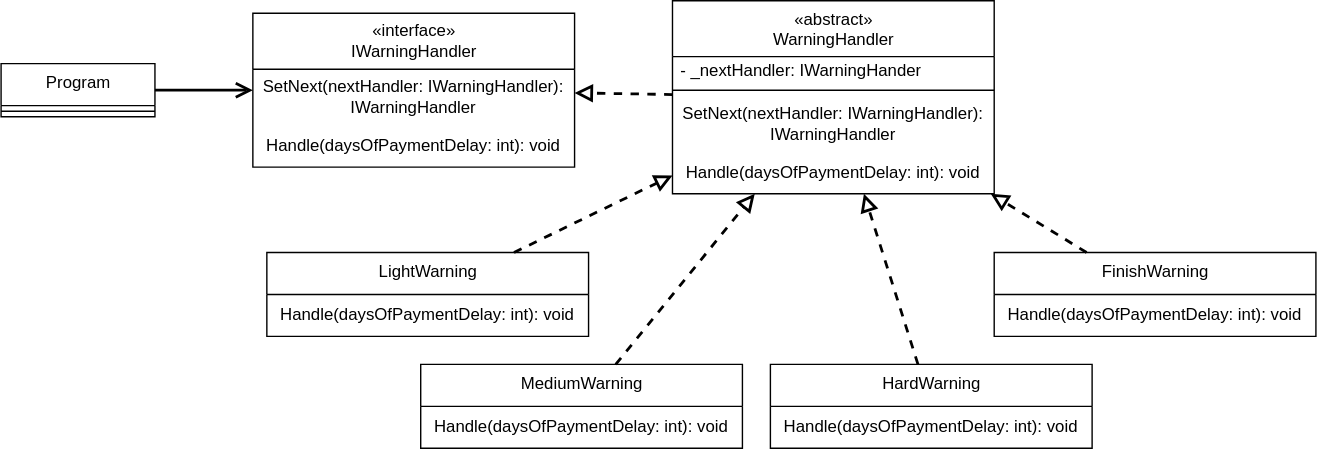
Earlier version of the draw.io export DesignPatterns/Behavioral/ChainOfResponsibility/Uml/chainOfResponsibility.svg (krystianpetek/DesignPatterns). Source tidied: cells renumbered, new cells last; positions are measured from the earlier drawing's top-left corner, leaving out a move shared by most shapes.
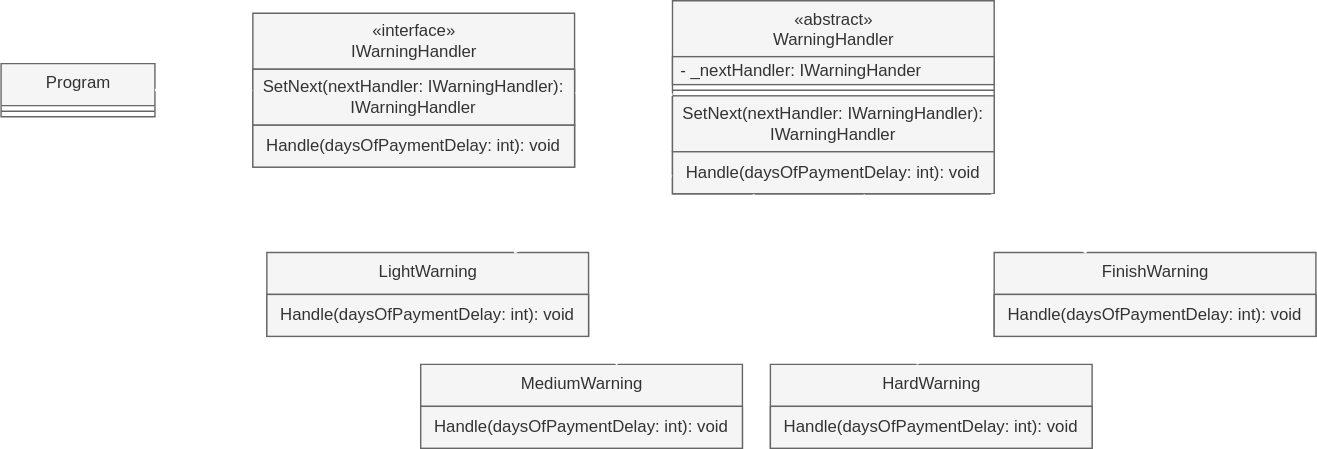
Later version of the same file.

Commit message:
Added another Chain of responsibility pattern with notifications example

The edit, as a diff of the source:
```diff
@@ -2,76 +2,76 @@
   <root>
     <mxCell id="0" />
     <mxCell id="1" parent="0" />
-    <mxCell id="2" value="&lt;span style=&quot;font-weight: 400;&quot;&gt;«interface»&lt;br&gt;IWarningHandler&lt;br&gt;&lt;/span&gt;" style="swimlane;fontStyle=1;align=center;verticalAlign=middle;horizontal=1;startSize=40;html=1;" parent="1" vertex="1">
+    <mxCell id="2" value="&lt;span style=&quot;font-weight: 400;&quot;&gt;«interface»&lt;br&gt;IWarningHandler&lt;br&gt;&lt;/span&gt;" style="swimlane;fontStyle=1;align=center;verticalAlign=middle;horizontal=1;startSize=40;html=1;fillColor=#f5f5f5;fontColor=#333333;strokeColor=#666666;" parent="1" vertex="1">
       <mxGeometry x="180" y="9" width="230" height="110" as="geometry" />
     </mxCell>
-    <mxCell id="3" value="SetNext(nextHandler: IWarningHandler):&lt;br&gt;IWarningHandler" style="text;html=1;strokeColor=none;fillColor=none;align=center;verticalAlign=middle;spacingLeft=4;spacingRight=4;overflow=hidden;" parent="2" vertex="1">
+    <mxCell id="3" value="SetNext(nextHandler: IWarningHandler):&lt;br&gt;IWarningHandler" style="text;html=1;strokeColor=#666666;fillColor=#f5f5f5;align=center;verticalAlign=middle;spacingLeft=4;spacingRight=4;overflow=hidden;fontColor=#333333;" parent="2" vertex="1">
       <mxGeometry y="40" width="230" height="40" as="geometry" />
     </mxCell>
-    <mxCell id="4" value="Handle(daysOfPaymentDelay: int): void" style="text;html=1;strokeColor=none;fillColor=none;align=center;verticalAlign=middle;spacingLeft=4;spacingRight=4;overflow=hidden;" parent="2" vertex="1">
+    <mxCell id="4" value="Handle(daysOfPaymentDelay: int): void" style="text;html=1;strokeColor=#666666;fillColor=#f5f5f5;align=center;verticalAlign=middle;spacingLeft=4;spacingRight=4;overflow=hidden;fontColor=#333333;" parent="2" vertex="1">
       <mxGeometry y="80" width="230" height="30" as="geometry" />
     </mxCell>
-    <mxCell id="5" value="Program" style="swimlane;fontStyle=0;align=center;verticalAlign=top;horizontal=1;startSize=30;html=1;" parent="1" vertex="1">
+    <mxCell id="5" value="Program" style="swimlane;fontStyle=0;align=center;verticalAlign=top;horizontal=1;startSize=30;html=1;fillColor=#f5f5f5;fontColor=#333333;strokeColor=#666666;" parent="1" vertex="1">
       <mxGeometry y="45" width="110" height="38" as="geometry" />
     </mxCell>
-    <mxCell id="6" style="line;strokeWidth=1;fillColor=none;align=left;verticalAlign=middle;spacingTop=-1;spacingLeft=3;spacingRight=3;labelPosition=right;" parent="5" vertex="1">
+    <mxCell id="6" style="line;strokeWidth=1;fillColor=#f5f5f5;align=left;verticalAlign=middle;spacingTop=-1;spacingLeft=3;spacingRight=3;labelPosition=right;fontColor=#333333;strokeColor=#666666;" parent="5" vertex="1">
       <mxGeometry y="30" width="110" height="8" as="geometry" />
     </mxCell>
-    <mxCell id="7" style="endArrow=open;startArrow=none;endFill=0;startFill=0;endSize=8;html=1;verticalAlign=bottom;labelBackgroundColor=none;strokeWidth=2;sketch=0;" parent="1" edge="1" source="5" target="2">
+    <mxCell id="7" style="endArrow=open;startArrow=none;endFill=0;startFill=0;endSize=8;html=1;verticalAlign=bottom;labelBackgroundColor=none;strokeWidth=2;sketch=0;fillColor=#f5f5f5;strokeColor=#FFFFFF;" parent="1" edge="1" source="5" target="2">
       <mxGeometry relative="1" as="geometry" />
     </mxCell>
-    <mxCell id="8" value="«abstract»&lt;br&gt;WarningHandler" style="swimlane;fontStyle=0;align=center;verticalAlign=top;horizontal=1;startSize=40;html=1;" parent="1" vertex="1">
+    <mxCell id="8" value="«abstract»&lt;br&gt;WarningHandler" style="swimlane;fontStyle=0;align=center;verticalAlign=top;horizontal=1;startSize=40;html=1;fillColor=#f5f5f5;fontColor=#333333;strokeColor=#666666;" parent="1" vertex="1">
       <mxGeometry x="480" width="230" height="138" as="geometry" />
     </mxCell>
-    <mxCell id="9" value="- _nextHandler: IWarningHander" style="text;html=1;strokeColor=none;fillColor=none;align=left;verticalAlign=middle;spacingLeft=4;spacingRight=4;overflow=hidden;" parent="8" vertex="1">
+    <mxCell id="9" value="- _nextHandler: IWarningHander" style="text;html=1;strokeColor=#666666;fillColor=#f5f5f5;align=left;verticalAlign=middle;spacingLeft=4;spacingRight=4;overflow=hidden;fontColor=#333333;" parent="8" vertex="1">
       <mxGeometry y="40" width="230" height="20" as="geometry" />
     </mxCell>
-    <mxCell id="10" style="line;strokeWidth=1;fillColor=none;align=left;verticalAlign=middle;spacingTop=-1;spacingLeft=3;spacingRight=3;labelPosition=right;" parent="8" vertex="1">
+    <mxCell id="10" style="line;strokeWidth=1;fillColor=#f5f5f5;align=left;verticalAlign=middle;spacingTop=-1;spacingLeft=3;spacingRight=3;labelPosition=right;fontColor=#333333;strokeColor=#666666;" parent="8" vertex="1">
       <mxGeometry y="60" width="230" height="8" as="geometry" />
     </mxCell>
-    <mxCell id="11" value="SetNext(nextHandler: IWarningHandler):&lt;br&gt;IWarningHandler" style="text;html=1;strokeColor=none;fillColor=none;align=center;verticalAlign=middle;spacingLeft=4;spacingRight=4;overflow=hidden;" parent="8" vertex="1">
+    <mxCell id="11" value="SetNext(nextHandler: IWarningHandler):&lt;br&gt;IWarningHandler" style="text;html=1;strokeColor=#666666;fillColor=#f5f5f5;align=center;verticalAlign=middle;spacingLeft=4;spacingRight=4;overflow=hidden;fontColor=#333333;" parent="8" vertex="1">
       <mxGeometry y="68" width="230" height="40" as="geometry" />
     </mxCell>
-    <mxCell id="12" value="Handle(daysOfPaymentDelay: int): void" style="text;html=1;strokeColor=none;fillColor=none;align=center;verticalAlign=middle;spacingLeft=4;spacingRight=4;overflow=hidden;" parent="8" vertex="1">
+    <mxCell id="12" value="Handle(daysOfPaymentDelay: int): void" style="text;html=1;strokeColor=#666666;fillColor=#f5f5f5;align=center;verticalAlign=middle;spacingLeft=4;spacingRight=4;overflow=hidden;fontColor=#333333;" parent="8" vertex="1">
       <mxGeometry y="108" width="230" height="30" as="geometry" />
     </mxCell>
-    <mxCell id="13" style="endArrow=block;startArrow=none;endFill=0;startFill=0;endSize=8;html=1;verticalAlign=bottom;dashed=1;labelBackgroundColor=none;sketch=0;strokeWidth=2;" parent="1" edge="1" source="8" target="2">
+    <mxCell id="13" style="endArrow=block;startArrow=none;endFill=0;startFill=0;endSize=8;html=1;verticalAlign=bottom;dashed=1;labelBackgroundColor=none;sketch=0;strokeWidth=2;fillColor=#f5f5f5;strokeColor=#FFFFFF;" parent="1" edge="1" source="8" target="2">
       <mxGeometry relative="1" as="geometry" />
     </mxCell>
-    <mxCell id="14" value="LightWarning" style="swimlane;fontStyle=0;align=center;verticalAlign=top;horizontal=1;startSize=30;html=1;" parent="1" vertex="1">
+    <mxCell id="14" value="LightWarning" style="swimlane;fontStyle=0;align=center;verticalAlign=top;horizontal=1;startSize=30;html=1;fillColor=#f5f5f5;fontColor=#333333;strokeColor=#666666;" parent="1" vertex="1">
       <mxGeometry x="190" y="180" width="230" height="60" as="geometry" />
     </mxCell>
-    <mxCell id="15" value="Handle(daysOfPaymentDelay: int): void" style="text;html=1;strokeColor=none;fillColor=none;align=center;verticalAlign=middle;spacingLeft=4;spacingRight=4;overflow=hidden;" parent="14" vertex="1">
+    <mxCell id="15" value="Handle(daysOfPaymentDelay: int): void" style="text;html=1;strokeColor=#666666;fillColor=#f5f5f5;align=center;verticalAlign=middle;spacingLeft=4;spacingRight=4;overflow=hidden;fontColor=#333333;" parent="14" vertex="1">
       <mxGeometry y="30" width="230" height="30" as="geometry" />
     </mxCell>
-    <mxCell id="16" style="endArrow=block;startArrow=none;endFill=0;startFill=0;endSize=8;html=1;verticalAlign=bottom;dashed=1;labelBackgroundColor=none;sketch=0;strokeWidth=2;" parent="1" edge="1" source="14" target="8">
+    <mxCell id="16" style="endArrow=block;startArrow=none;endFill=0;startFill=0;endSize=8;html=1;verticalAlign=bottom;dashed=1;labelBackgroundColor=none;sketch=0;strokeWidth=2;fillColor=#f5f5f5;strokeColor=#FFFFFF;" parent="1" edge="1" source="14" target="8">
       <mxGeometry relative="1" as="geometry" />
     </mxCell>
-    <mxCell id="17" value="MediumWarning" style="swimlane;fontStyle=0;align=center;verticalAlign=top;horizontal=1;startSize=30;html=1;" parent="1" vertex="1">
+    <mxCell id="17" value="MediumWarning" style="swimlane;fontStyle=0;align=center;verticalAlign=top;horizontal=1;startSize=30;html=1;fillColor=#f5f5f5;fontColor=#333333;strokeColor=#666666;" parent="1" vertex="1">
       <mxGeometry x="300" y="260" width="230" height="60" as="geometry" />
     </mxCell>
-    <mxCell id="18" value="Handle(daysOfPaymentDelay: int): void" style="text;html=1;strokeColor=none;fillColor=none;align=center;verticalAlign=middle;spacingLeft=4;spacingRight=4;overflow=hidden;" parent="17" vertex="1">
+    <mxCell id="18" value="Handle(daysOfPaymentDelay: int): void" style="text;html=1;strokeColor=#666666;fillColor=#f5f5f5;align=center;verticalAlign=middle;spacingLeft=4;spacingRight=4;overflow=hidden;fontColor=#333333;" parent="17" vertex="1">
       <mxGeometry y="30" width="230" height="30" as="geometry" />
     </mxCell>
-    <mxCell id="19" style="endArrow=block;startArrow=none;endFill=0;startFill=0;endSize=8;html=1;verticalAlign=bottom;dashed=1;labelBackgroundColor=none;sketch=0;strokeWidth=2;" parent="1" edge="1" source="17" target="8">
+    <mxCell id="19" style="endArrow=block;startArrow=none;endFill=0;startFill=0;endSize=8;html=1;verticalAlign=bottom;dashed=1;labelBackgroundColor=none;sketch=0;strokeWidth=2;fillColor=#f5f5f5;strokeColor=#FFFFFF;" parent="1" edge="1" source="17" target="8">
       <mxGeometry relative="1" as="geometry" />
     </mxCell>
-    <mxCell id="20" value="FinishWarning" style="swimlane;fontStyle=0;align=center;verticalAlign=top;horizontal=1;startSize=30;html=1;" parent="1" vertex="1">
+    <mxCell id="20" value="FinishWarning" style="swimlane;fontStyle=0;align=center;verticalAlign=top;horizontal=1;startSize=30;html=1;fillColor=#f5f5f5;fontColor=#333333;strokeColor=#666666;" parent="1" vertex="1">
       <mxGeometry x="710" y="180" width="230" height="60" as="geometry" />
     </mxCell>
-    <mxCell id="21" value="Handle(daysOfPaymentDelay: int): void" style="text;html=1;strokeColor=none;fillColor=none;align=center;verticalAlign=middle;spacingLeft=4;spacingRight=4;overflow=hidden;" parent="20" vertex="1">
+    <mxCell id="21" value="Handle(daysOfPaymentDelay: int): void" style="text;html=1;strokeColor=#666666;fillColor=#f5f5f5;align=center;verticalAlign=middle;spacingLeft=4;spacingRight=4;overflow=hidden;fontColor=#333333;" parent="20" vertex="1">
       <mxGeometry y="30" width="230" height="30" as="geometry" />
     </mxCell>
-    <mxCell id="22" value="HardWarning" style="swimlane;fontStyle=0;align=center;verticalAlign=top;horizontal=1;startSize=30;html=1;" parent="1" vertex="1">
+    <mxCell id="22" value="HardWarning" style="swimlane;fontStyle=0;align=center;verticalAlign=top;horizontal=1;startSize=30;html=1;fillColor=#f5f5f5;fontColor=#333333;strokeColor=#666666;" parent="1" vertex="1">
       <mxGeometry x="550" y="260" width="230" height="60" as="geometry" />
     </mxCell>
-    <mxCell id="23" value="Handle(daysOfPaymentDelay: int): void" style="text;html=1;strokeColor=none;fillColor=none;align=center;verticalAlign=middle;spacingLeft=4;spacingRight=4;overflow=hidden;" parent="22" vertex="1">
+    <mxCell id="23" value="Handle(daysOfPaymentDelay: int): void" style="text;html=1;strokeColor=#666666;fillColor=#f5f5f5;align=center;verticalAlign=middle;spacingLeft=4;spacingRight=4;overflow=hidden;fontColor=#333333;" parent="22" vertex="1">
       <mxGeometry y="30" width="230" height="30" as="geometry" />
     </mxCell>
-    <mxCell id="24" style="endArrow=block;startArrow=none;endFill=0;startFill=0;endSize=8;html=1;verticalAlign=bottom;dashed=1;labelBackgroundColor=none;sketch=0;strokeWidth=2;" parent="1" edge="1" source="22" target="8">
+    <mxCell id="24" style="endArrow=block;startArrow=none;endFill=0;startFill=0;endSize=8;html=1;verticalAlign=bottom;dashed=1;labelBackgroundColor=none;sketch=0;strokeWidth=2;fillColor=#f5f5f5;strokeColor=#FFFFFF;" parent="1" edge="1" source="22" target="8">
       <mxGeometry relative="1" as="geometry" />
     </mxCell>
-    <mxCell id="25" style="endArrow=block;startArrow=none;endFill=0;startFill=0;endSize=8;html=1;verticalAlign=bottom;dashed=1;labelBackgroundColor=none;sketch=0;strokeWidth=2;" parent="1" edge="1" source="20" target="8">
+    <mxCell id="25" style="endArrow=block;startArrow=none;endFill=0;startFill=0;endSize=8;html=1;verticalAlign=bottom;dashed=1;labelBackgroundColor=none;sketch=0;strokeWidth=2;fillColor=#f5f5f5;strokeColor=#FFFFFF;" parent="1" edge="1" source="20" target="8">
       <mxGeometry relative="1" as="geometry" />
     </mxCell>
   </root>
```
